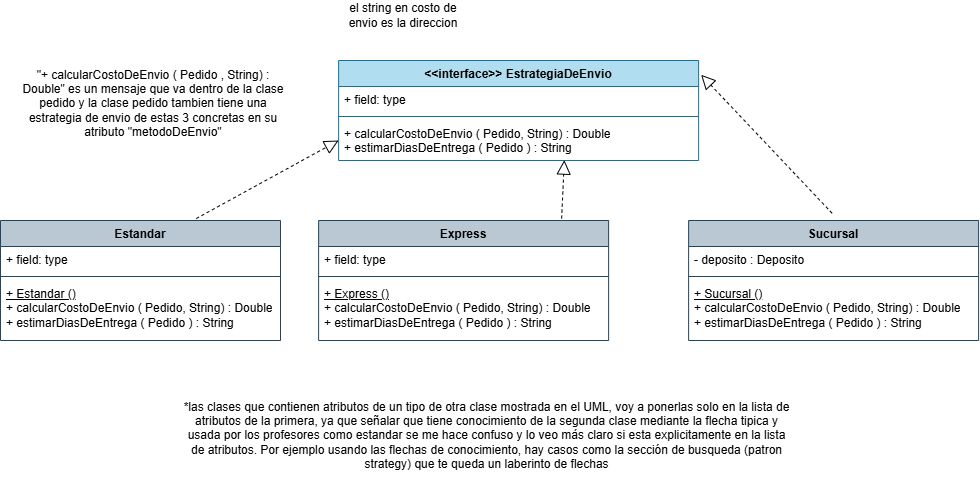
Above: src/envio/UML.png in DemartinoFrancisco/UNQ-Shop (draw.io), before the change. Source tidied: cells renumbered, new cells last; positions are measured from the earlier drawing's top-left corner, leaving out a move shared by most shapes.
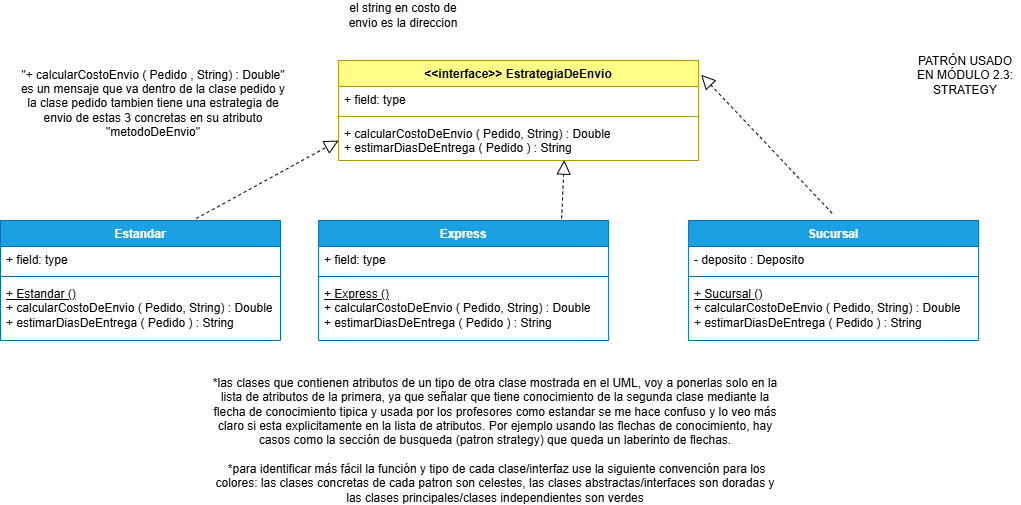
The same diagram one commit later.

What changed in the source:
```diff
@@ -2,7 +2,7 @@
   <root>
     <mxCell id="0" />
     <mxCell id="1" parent="0" />
-    <mxCell id="2" value="&lt;div&gt;&amp;lt;&amp;lt;interface&amp;gt;&amp;gt; EstrategiaDeEnvio&lt;/div&gt;" style="swimlane;fontStyle=1;align=center;verticalAlign=top;horizontal=1;startSize=26;whiteSpace=wrap;html=1;fillColor=#b1ddf0;strokeColor=#10739e;" parent="1" vertex="1">
+    <mxCell id="2" value="&lt;div&gt;&amp;lt;&amp;lt;interface&amp;gt;&amp;gt; EstrategiaDeEnvio&lt;/div&gt;" style="swimlane;fontStyle=1;align=center;verticalAlign=top;horizontal=1;startSize=26;whiteSpace=wrap;html=1;fillColor=light-dark(#FFFF88,#A0A000);strokeColor=light-dark(#B09500,#A3A300);fontColor=#000000;" parent="1" vertex="1">
       <mxGeometry x="338.1" y="60" width="360" height="100" as="geometry" />
     </mxCell>
     <mxCell id="3" value="+ field: type" style="text;strokeColor=none;fillColor=none;align=left;verticalAlign=top;spacingLeft=4;spacingRight=4;overflow=hidden;whiteSpace=wrap;html=1;" parent="2" vertex="1">
@@ -14,7 +14,7 @@
     <mxCell id="5" value="+ calcularCostoDeEnvio ( Pedido, String) : Double&lt;div&gt;+ estimarDiasDeEntrega ( Pedido ) : String&amp;nbsp;&lt;/div&gt;" style="text;strokeColor=none;fillColor=none;align=left;verticalAlign=top;spacingLeft=4;spacingRight=4;overflow=hidden;points=[[0,0.5],[1,0.5]];portConstraint=eastwest;whiteSpace=wrap;html=1;" parent="2" vertex="1">
       <mxGeometry y="60" width="360" height="40" as="geometry" />
     </mxCell>
-    <mxCell id="6" value="Estandar" style="swimlane;fontStyle=1;align=center;verticalAlign=top;horizontal=1;startSize=26;whiteSpace=wrap;html=1;fillColor=#bac8d3;strokeColor=#23445d;" parent="1" vertex="1">
+    <mxCell id="6" value="Estandar" style="swimlane;fontStyle=1;align=center;verticalAlign=top;horizontal=1;startSize=26;whiteSpace=wrap;html=1;fillColor=light-dark(#1BA1E2,#00FFFF);strokeColor=light-dark(#006EAF,#00FFFF);fontColor=#ffffff;" parent="1" vertex="1">
       <mxGeometry y="220" width="280" height="120" as="geometry" />
     </mxCell>
     <mxCell id="7" value="+ field: type" style="text;strokeColor=none;fillColor=none;align=left;verticalAlign=top;spacingLeft=4;spacingRight=4;overflow=hidden;whiteSpace=wrap;html=1;" parent="6" vertex="1">
@@ -26,27 +26,27 @@
     <mxCell id="9" value="&lt;u&gt;+ Estandar ()&lt;/u&gt;&lt;div&gt;+ calcularCostoDeEnvio ( Pedido, String) : Double&lt;/div&gt;&lt;div&gt;+&lt;span style=&quot;background-color: transparent; color: light-dark(rgb(0, 0, 0), rgb(255, 255, 255));&quot;&gt;&amp;nbsp;estimarDiasDeEntrega ( Pedido ) : String&amp;nbsp;&lt;/span&gt;&lt;/div&gt;" style="text;strokeColor=none;fillColor=none;align=left;verticalAlign=top;spacingLeft=4;spacingRight=4;overflow=hidden;whiteSpace=wrap;html=1;" parent="6" vertex="1">
       <mxGeometry y="60" width="280" height="60" as="geometry" />
     </mxCell>
-    <mxCell id="10" value="Express" style="swimlane;fontStyle=1;align=center;verticalAlign=top;horizontal=1;startSize=26;whiteSpace=wrap;html=1;fillColor=#bac8d3;strokeColor=#23445d;" parent="1" vertex="1">
+    <mxCell id="10" value="Express" style="swimlane;fontStyle=1;align=center;verticalAlign=top;horizontal=1;startSize=26;whiteSpace=wrap;html=1;fillColor=light-dark(#1BA1E2,#00FFFF);strokeColor=light-dark(#006EAF,#00FFFF);fontColor=#ffffff;" parent="1" vertex="1">
       <mxGeometry x="318.1" y="220" width="290" height="120" as="geometry" />
     </mxCell>
     <mxCell id="11" value="+ field: type" style="text;strokeColor=none;fillColor=none;align=left;verticalAlign=top;spacingLeft=4;spacingRight=4;overflow=hidden;whiteSpace=wrap;html=1;" parent="10" vertex="1">
       <mxGeometry y="26" width="290" height="26" as="geometry" />
     </mxCell>
-    <mxCell id="12" style="line;strokeWidth=1;fillColor=none;align=left;verticalAlign=middle;spacingTop=-1;spacingLeft=3;spacingRight=3;labelPosition=right;strokeColor=inherit;" parent="10" vertex="1">
-      <mxGeometry y="52" width="290" height="8" as="geometry" />
-    </mxCell>
+    <mxCell id="24" style="line;strokeWidth=1;fillColor=none;align=left;verticalAlign=middle;spacingTop=-1;spacingLeft=3;spacingRight=3;labelPosition=right;strokeColor=inherit;" parent="10" vertex="1">
+      <mxGeometry y="52" width="290" height="8" as="geometry" />
+    </mxCell>
     <mxCell id="13" value="&lt;u&gt;+ Express ()&lt;/u&gt;&lt;div&gt;+ calcularCostoDeEnvio ( Pedido, String) : Double&lt;/div&gt;&lt;div&gt;+ estimarDiasDeEntrega ( Pedido ) : String&amp;nbsp;&lt;/div&gt;" style="text;strokeColor=none;fillColor=none;align=left;verticalAlign=top;spacingLeft=4;spacingRight=4;overflow=hidden;whiteSpace=wrap;html=1;" parent="10" vertex="1">
       <mxGeometry y="60" width="290" height="60" as="geometry" />
     </mxCell>
-    <mxCell id="14" value="Sucursal&lt;div&gt;&lt;br&gt;&lt;/div&gt;" style="swimlane;fontStyle=1;align=center;verticalAlign=top;horizontal=1;startSize=26;whiteSpace=wrap;html=1;fillColor=#bac8d3;strokeColor=#23445d;" parent="1" vertex="1">
+    <mxCell id="14" value="Sucursal&lt;div&gt;&lt;br&gt;&lt;/div&gt;" style="swimlane;fontStyle=1;align=center;verticalAlign=top;horizontal=1;startSize=26;whiteSpace=wrap;html=1;fillColor=light-dark(#1BA1E2,#00FFFF);strokeColor=light-dark(#006EAF,#00FFFF);fontColor=#ffffff;" parent="1" vertex="1">
       <mxGeometry x="688.1" y="220" width="290" height="120" as="geometry" />
     </mxCell>
     <mxCell id="15" value="- deposito : Deposito" style="text;strokeColor=none;fillColor=none;align=left;verticalAlign=top;spacingLeft=4;spacingRight=4;overflow=hidden;whiteSpace=wrap;html=1;" parent="14" vertex="1">
       <mxGeometry y="26" width="290" height="26" as="geometry" />
     </mxCell>
-    <mxCell id="16" style="line;strokeWidth=1;fillColor=none;align=left;verticalAlign=middle;spacingTop=-1;spacingLeft=3;spacingRight=3;labelPosition=right;strokeColor=inherit;" parent="14" vertex="1">
-      <mxGeometry y="52" width="290" height="8" as="geometry" />
-    </mxCell>
+    <mxCell id="25" style="line;strokeWidth=1;fillColor=none;align=left;verticalAlign=middle;spacingTop=-1;spacingLeft=3;spacingRight=3;labelPosition=right;strokeColor=inherit;" parent="14" vertex="1">
+      <mxGeometry y="52" width="290" height="8" as="geometry" />
+    </mxCell>
     <mxCell id="17" value="&lt;u&gt;+ Sucursal ()&lt;/u&gt;&lt;div&gt;+&amp;nbsp;&lt;span style=&quot;background-color: transparent; color: light-dark(rgb(0, 0, 0), rgb(255, 255, 255));&quot;&gt;calcularCostoDeEnvio ( Pedido, String) : Double&lt;/span&gt;&lt;/div&gt;&lt;div&gt;+ estimarDiasDeEntrega ( Pedido ) : String&amp;nbsp;&lt;span style=&quot;background-color: transparent; color: light-dark(rgb(0, 0, 0), rgb(255, 255, 255));&quot;&gt;&lt;/span&gt;&lt;/div&gt;" style="text;strokeColor=none;fillColor=none;align=left;verticalAlign=top;spacingLeft=4;spacingRight=4;overflow=hidden;whiteSpace=wrap;html=1;" parent="14" vertex="1">
       <mxGeometry y="60" width="290" height="60" as="geometry" />
     </mxCell>
@@ -62,11 +62,14 @@
     <mxCell id="21" style="endArrow=block;dashed=1;endFill=0;endSize=12;html=1;rounded=0;entryX=0.627;entryY=0.991;entryDx=0;entryDy=0;exitX=0.838;exitY=-0.016;exitDx=0;exitDy=0;exitPerimeter=0;entryPerimeter=0;" parent="1" edge="1" source="10" target="5">
       <mxGeometry relative="1" as="geometry" />
     </mxCell>
-    <mxCell id="22" value="&lt;span style=&quot;text-align: left;&quot;&gt;&quot;+ calcularCostoDeEnvio ( Pedido , String) : Double&quot; es un mensaje que va dentro de la clase pedido y la clase pedido tambien tiene una estrategia de envio de estas 3 concretas en su atributo &quot;metodoDeEnvio&quot;&lt;/span&gt;" style="text;html=1;whiteSpace=wrap;strokeColor=none;fillColor=none;align=center;verticalAlign=middle;rounded=0;" parent="1" vertex="1">
-      <mxGeometry x="18.1" y="88" width="270" height="30" as="geometry" />
-    </mxCell>
-    <mxCell id="23" value="*las clases que contienen atributos de un tipo de otra clase mostrada en el UML, voy a ponerlas solo en la lista de atributos de la primera, ya que señalar que tiene conocimiento de la segunda clase mediante la flecha tipica y usada por los profesores como estandar se me hace confuso y lo veo más claro si esta explicitamente en la lista de atributos. Por ejemplo usando las flechas de conocimiento, hay casos como la sección de busqueda (patron strategy) que te queda un laberinto de flechas" style="text;html=1;whiteSpace=wrap;strokeColor=none;fillColor=none;align=center;verticalAlign=middle;rounded=0;" parent="1" vertex="1">
-      <mxGeometry x="180" y="390" width="613.4" height="90" as="geometry" />
-    </mxCell>
+    <mxCell id="26" value="&lt;span style=&quot;text-align: left;&quot;&gt;&quot;+ calcularCostoEnvio ( Pedido , String) : Double&quot; es un mensaje que va dentro de la clase pedido y la clase pedido tambien tiene una estrategia de envio de estas 3 concretas en su atributo &quot;metodoDeEnvio&quot;&lt;/span&gt;" style="text;html=1;whiteSpace=wrap;strokeColor=none;fillColor=none;align=center;verticalAlign=middle;rounded=0;" parent="1" vertex="1">
+      <mxGeometry x="18.1" y="88" width="270" height="30" as="geometry" />
+    </mxCell>
+    <mxCell id="27" value="PATRÓN USADO EN MÓDULO 2.3: STRATEGY" style="text;html=1;whiteSpace=wrap;strokeColor=none;fillColor=none;align=center;verticalAlign=middle;rounded=0;" parent="1" vertex="1">
+      <mxGeometry x="910" y="60" width="110" height="30" as="geometry" />
+    </mxCell>
+    <mxCell id="28" value="*las clases que contienen atributos de un tipo de otra clase mostrada en el UML, voy a ponerlas solo en la lista de atributos de la primera, ya que señalar que tiene conocimiento de la segunda clase mediante la flecha de conocimiento tipica y usada por los profesores como estandar se me hace confuso y lo veo más claro si esta explicitamente en la lista de atributos. Por ejemplo usando las flechas de conocimiento, hay casos como la sección de busqueda (patron strategy) que queda un laberinto de flechas.&lt;div&gt;&lt;br&gt;&lt;/div&gt;&lt;div&gt;&amp;nbsp;&lt;span style=&quot;background-color: transparent; color: light-dark(rgb(0, 0, 0), rgb(255, 255, 255));&quot;&gt;*para identificar más fácil la función y tipo de cada clase/interfaz use la siguiente convención para los colores: las clases concretas de cada patron son celestes, las clases abstractas/interfaces son doradas y las clases principales/clases independientes son verdes&lt;/span&gt;&lt;/div&gt;" style="text;html=1;whiteSpace=wrap;strokeColor=none;fillColor=none;align=center;verticalAlign=middle;rounded=0;" parent="1" vertex="1">
+      <mxGeometry x="210" y="425" width="570" height="30" as="geometry" />
+    </mxCell>
   </root>
 </mxGraphModel>
```
